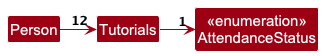
nus-cs2103-AY2425S1/tp keeps this PlantUML diagram as docs/images/PersonClassDiagram.png. Above is the earlier version.
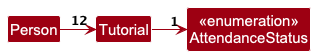
After the commit.

Diff of the diagram source:
```diff
@@ -10,6 +10,6 @@
     NOT_TAKEN_PLACE
 }
 
-Person -r-> "12" Tutorials
-Tutorials -r-> "1""<<enumeration>>\nAttendanceStatus"
+Person -r-> "12" Tutorial
+Tutorial -r-> "1""<<enumeration>>\nAttendanceStatus"
 @enduml
```
